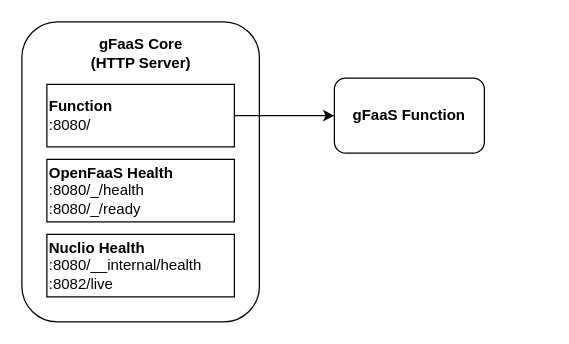
This is figures/gfaas-function-code.drawio from kky-fury/gFaaS, a draw.io file, before an edit. Source tidied: cells renumbered, new cells numbered last; positions are measured from the earlier drawing's top-left corner, leaving out a move shared by most shapes. Both pictures are drawn from the tidied source at 125%, with x=0, y=0 at pixel (21, 21).
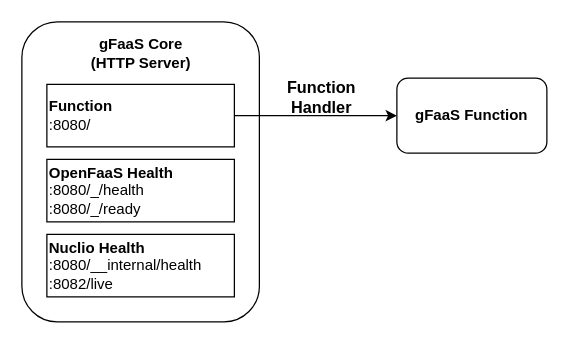
The same page after the edit.

What changed in the source:
```diff
@@
 <mxGraphModel>
   <root>
     <mxCell id="0" />
     <mxCell id="1" parent="0" />
     <mxCell id="2" style="rounded=1;whiteSpace=wrap;html=1;" parent="1" vertex="1">
       <mxGeometry width="190" height="240" as="geometry" />
     </mxCell>
     <mxCell id="3" value="&lt;b&gt;OpenFaaS Health&lt;/b&gt;&lt;br&gt;:8080/_/health&lt;br&gt;&lt;div style=&quot;&quot;&gt;:8080/_/ready&lt;/div&gt;" style="rounded=0;whiteSpace=wrap;html=1;align=left;" parent="1" vertex="1">
       <mxGeometry x="20" y="110" width="150" height="50" as="geometry" />
     </mxCell>
     <mxCell id="4" value="&lt;b&gt;gFaaS Function&lt;/b&gt; " style="rounded=1;whiteSpace=wrap;html=1;" parent="1" vertex="1">
-      <mxGeometry x="250" y="45" width="120" height="60" as="geometry" />
+      <mxGeometry x="300" y="45" width="120" height="60" as="geometry" />
     </mxCell>
     <mxCell id="5" value="&lt;b&gt;gFaaS Core&lt;br&gt;(HTTP Server)&lt;br&gt;&lt;/b&gt;" style="text;html=1;strokeColor=none;fillColor=none;align=center;verticalAlign=middle;whiteSpace=wrap;rounded=0;" parent="1" vertex="1">
       <mxGeometry x="38.8" y="10" width="112.5" height="30" as="geometry" />
     </mxCell>
     <mxCell id="6" style="edgeStyle=orthogonalEdgeStyle;rounded=0;jettySize=auto;html=1;entryX=0;entryY=0.5;entryDx=0;entryDy=0;" parent="1" edge="1" source="7" target="4">
       <mxGeometry relative="1" as="geometry" />
     </mxCell>
     <mxCell id="7" value="&lt;b&gt;Function&lt;/b&gt;&lt;br&gt;:8080/" style="rounded=0;whiteSpace=wrap;html=1;align=left;" parent="1" vertex="1">
       <mxGeometry x="20" y="50" width="150" height="50" as="geometry" />
     </mxCell>
     <mxCell id="8" value="&lt;b&gt;Nuclio Health&lt;/b&gt;&lt;br&gt;:8080/__internal/health&lt;div style=&quot;border-color: var(--border-color);&quot;&gt;:8082/live&lt;/div&gt;" style="rounded=0;whiteSpace=wrap;html=1;align=left;" parent="1" vertex="1">
       <mxGeometry x="20" y="170" width="150" height="50" as="geometry" />
     </mxCell>
+    <mxCell id="9" value="&lt;b&gt;&lt;font style=&quot;font-size: 13px;&quot;&gt;Function&lt;br&gt;Handler&lt;/font&gt;&lt;/b&gt;" style="text;html=1;strokeColor=none;fillColor=none;align=center;verticalAlign=middle;whiteSpace=wrap;rounded=0;" parent="1" vertex="1">
+      <mxGeometry x="210" y="45" width="60" height="30" as="geometry" />
+    </mxCell>
   </root>
 </mxGraphModel>
```
